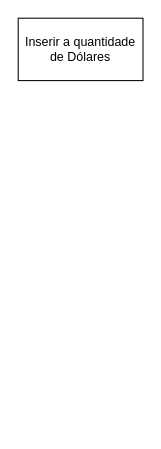
Above: Desafio06.drawio in Gizasinasci86/Programa_a_lapis (draw.io), before the change. Source tidied: cells renumbered, new cells numbered last; positions are measured from the earlier drawing's top-left corner, leaving out a move shared by most shapes. Both pictures are drawn from the tidied source at 104%, with x=0, y=0 at pixel (18, 18).
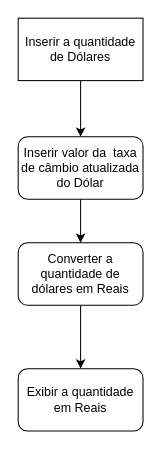
After the change.

The edit, as a diff of the source:
```diff
@@
 <mxGraphModel>
   <root>
     <mxCell id="0" />
     <mxCell id="1" parent="0" />
+    <mxCell id="3" style="edgeStyle=orthogonalEdgeStyle;rounded=0;jettySize=auto;html=1;entryX=0.5;entryY=0;entryDx=0;entryDy=0;" parent="1" edge="1" source="2" target="7">
+      <mxGeometry relative="1" as="geometry" />
+    </mxCell>
     <mxCell id="2" value="Inserir a quantidade de Dólares" style="rounded=0;whiteSpace=wrap;html=1;" parent="1" vertex="1">
       <mxGeometry width="120" height="60" as="geometry" />
     </mxCell>
+    <mxCell id="4" style="edgeStyle=orthogonalEdgeStyle;rounded=0;jettySize=auto;html=1;entryX=0.5;entryY=0;entryDx=0;entryDy=0;" parent="1" edge="1" source="5" target="8">
+      <mxGeometry relative="1" as="geometry" />
+    </mxCell>
+    <mxCell id="5" value="Converter a quantidade de dólares em Reais" style="rounded=1;whiteSpace=wrap;html=1;" parent="1" vertex="1">
+      <mxGeometry y="216" width="120" height="60" as="geometry" />
+    </mxCell>
+    <mxCell id="6" style="edgeStyle=orthogonalEdgeStyle;rounded=0;jettySize=auto;html=1;entryX=0.5;entryY=0;entryDx=0;entryDy=0;" parent="1" edge="1" source="7" target="5">
+      <mxGeometry relative="1" as="geometry" />
+    </mxCell>
+    <mxCell id="7" value="Inserir valor da&amp;nbsp; taxa de câmbio atualizada do Dólar" style="rounded=1;whiteSpace=wrap;html=1;" parent="1" vertex="1">
+      <mxGeometry y="114" width="120" height="60" as="geometry" />
+    </mxCell>
+    <mxCell id="8" value="Exibir a quantidade em Reais" style="rounded=1;whiteSpace=wrap;html=1;" parent="1" vertex="1">
+      <mxGeometry y="337" width="120" height="60" as="geometry" />
+    </mxCell>
   </root>
 </mxGraphModel>
```
